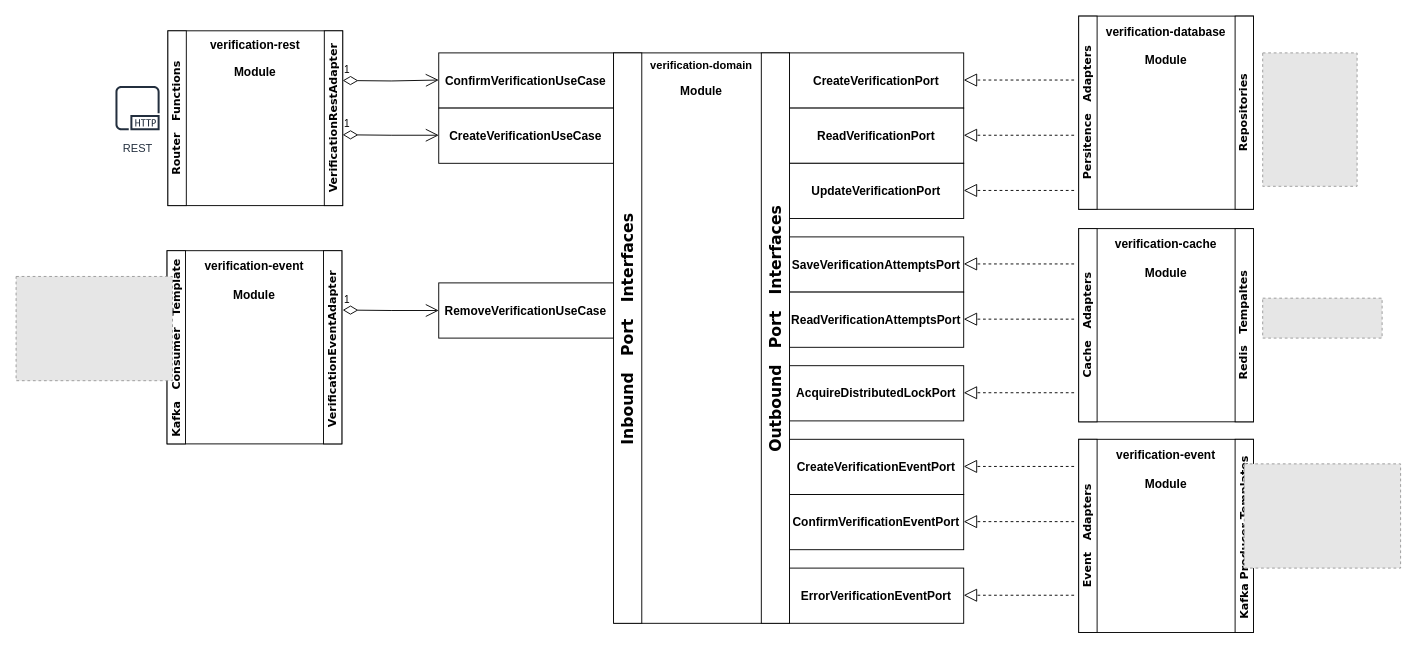
Before: documentation/verification-architecture.drawio in VladlenFilimonov/verification-hexagonal-anemic, a draw.io diagram. Source tidied: cells renumbered, new cells numbered last; positions are measured from the earlier drawing's top-left corner, leaving out a move shared by most shapes. Both pictures are drawn from the tidied source at 92%, with x=0, y=0 at pixel (16, 16). Pictures stored in the file or linked from it are replaced by grey dashed boxes.
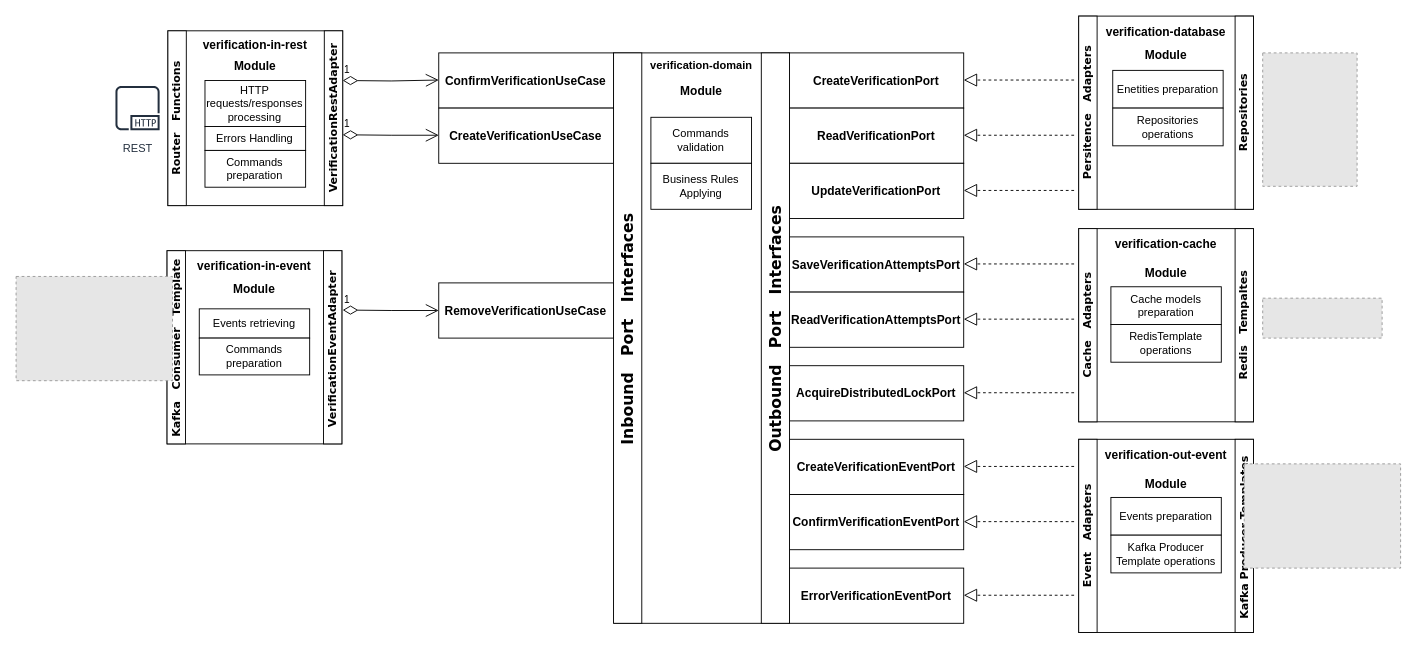
The same diagram, later.

The change refers to these unchanged cells:
```xml
<mxCell id="11" style="group;" parent="1" vertex="1">
  <mxGeometry x="649.4" y="40" width="191.3" height="620" as="geometry" />
</mxCell>
<mxCell id="25" style="group;" parent="1" vertex="1">
  <mxGeometry x="165" y="16" width="190" height="190" as="geometry" />
</mxCell>
<mxCell id="36" style="group;" parent="1" vertex="1">
  <mxGeometry x="1155" width="190" height="210" as="geometry" />
</mxCell>
<mxCell id="49" style="group;" parent="1" vertex="1">
  <mxGeometry x="1155" y="231" width="190" height="210" as="geometry" />
</mxCell>
<mxCell id="67" style="group;" parent="1" vertex="1">
  <mxGeometry x="1151.9" y="455" width="196.2" height="225" as="geometry" />
</mxCell>
<mxCell id="76" style="group;" parent="1" vertex="1">
  <mxGeometry x="161" y="250" width="196.2" height="225" as="geometry" />
</mxCell>
```

The edit, as a diff of the source:
```diff
@@
+    <mxCell id="86" value="Commands validation" style="rounded=0;whiteSpace=wrap;html=1;" parent="11" vertex="1">
+      <mxGeometry x="40.6" y="70" width="109.4" height="50" as="geometry" />
+    </mxCell>
+    <mxCell id="87" value="Business Rules Applying" style="rounded=0;whiteSpace=wrap;html=1;" parent="11" vertex="1">
+      <mxGeometry x="40.6" y="120" width="109.4" height="50" as="geometry" />
+    </mxCell>
@@
-    <mxCell id="27" value="verification-rest" style="text;html=1;strokeColor=none;fillColor=none;align=center;verticalAlign=middle;whiteSpace=wrap;rounded=0;fontSize=13;fontStyle=1;" parent="25" vertex="1">
+    <mxCell id="27" value="verification-in-rest" style="text;html=1;strokeColor=none;fillColor=none;align=center;verticalAlign=middle;whiteSpace=wrap;rounded=0;fontSize=13;fontStyle=1;" parent="25" vertex="1">
       <mxGeometry x="20" width="150" height="30" as="geometry" />
     </mxCell>
@@
-    <mxCell id="34" value="Module" style="text;html=1;strokeColor=none;fillColor=none;align=center;verticalAlign=middle;whiteSpace=wrap;rounded=0;fontSize=13;fontStyle=1;" parent="25" vertex="1">
-      <mxGeometry x="65" y="30" width="60" height="30" as="geometry" />
-    </mxCell>
+    <mxCell id="88" value="HTTP requests/responses processing" style="rounded=0;whiteSpace=wrap;html=1;" parent="25" vertex="1">
+      <mxGeometry x="40.3" y="54" width="109.4" height="50" as="geometry" />
+    </mxCell>
+    <mxCell id="89" value="Errors Handling" style="rounded=0;whiteSpace=wrap;html=1;" parent="25" vertex="1">
+      <mxGeometry x="40.3" y="104" width="109.4" height="26" as="geometry" />
+    </mxCell>
+    <mxCell id="90" value="Commands preparation" style="rounded=0;whiteSpace=wrap;html=1;" parent="25" vertex="1">
+      <mxGeometry x="40.3" y="130" width="109.4" height="40" as="geometry" />
+    </mxCell>
@@
-    <mxCell id="45" value="Module" style="text;html=1;strokeColor=none;fillColor=none;align=center;verticalAlign=middle;whiteSpace=wrap;rounded=0;fontSize=13;fontStyle=1;" parent="36" vertex="1">
-      <mxGeometry x="65" y="33.2" width="60" height="30" as="geometry" />
-    </mxCell>
+    <mxCell id="91" value="Enetities preparation" style="rounded=0;whiteSpace=wrap;html=1;" parent="36" vertex="1">
+      <mxGeometry x="37" y="59" width="120" height="41" as="geometry" />
+    </mxCell>
+    <mxCell id="92" value="Repositories operations" style="rounded=0;whiteSpace=wrap;html=1;" parent="36" vertex="1">
+      <mxGeometry x="37" y="100" width="120" height="41" as="geometry" />
+    </mxCell>
@@
+    <mxCell id="93" value="Cache models preparation" style="rounded=0;whiteSpace=wrap;html=1;" parent="49" vertex="1">
+      <mxGeometry x="35" y="63.2" width="120" height="41" as="geometry" />
+    </mxCell>
+    <mxCell id="94" value="RedisTemplate operations" style="rounded=0;whiteSpace=wrap;html=1;" parent="49" vertex="1">
+      <mxGeometry x="35" y="104.2" width="120" height="41" as="geometry" />
+    </mxCell>
@@
-    <mxCell id="69" value="verification-event" style="text;html=1;strokeColor=none;fillColor=none;align=center;verticalAlign=middle;whiteSpace=wrap;rounded=0;fontSize=13;fontStyle=1;" parent="67" vertex="1">
+    <mxCell id="69" value="verification-out-event" style="text;html=1;strokeColor=none;fillColor=none;align=center;verticalAlign=middle;whiteSpace=wrap;rounded=0;fontSize=13;fontStyle=1;" parent="67" vertex="1">
       <mxGeometry x="23.1" y="5" width="150" height="33.2" as="geometry" />
     </mxCell>
@@
+    <mxCell id="95" value="Events preparation" style="rounded=0;whiteSpace=wrap;html=1;" parent="67" vertex="1">
+      <mxGeometry x="38.1" y="68.2" width="120" height="41" as="geometry" />
+    </mxCell>
+    <mxCell id="96" value="Kafka Producer Template operations" style="rounded=0;whiteSpace=wrap;html=1;" parent="67" vertex="1">
+      <mxGeometry x="38.1" y="109.2" width="120" height="41" as="geometry" />
+    </mxCell>
@@
-    <mxCell id="78" value="verification-event" style="text;html=1;strokeColor=none;fillColor=none;align=center;verticalAlign=middle;whiteSpace=wrap;rounded=0;fontSize=13;fontStyle=1;" parent="76" vertex="1">
+    <mxCell id="78" value="verification-in-event" style="text;html=1;strokeColor=none;fillColor=none;align=center;verticalAlign=middle;whiteSpace=wrap;rounded=0;fontSize=13;fontStyle=1;" parent="76" vertex="1">
       <mxGeometry x="23.1" y="5" width="150" height="33.2" as="geometry" />
     </mxCell>
@@
     <mxCell id="83" value="Module" style="text;html=1;strokeColor=none;fillColor=none;align=center;verticalAlign=middle;whiteSpace=wrap;rounded=0;fontSize=13;fontStyle=1;" parent="76" vertex="1">
-      <mxGeometry x="68.1" y="38.2" width="60" height="30" as="geometry" />
+      <mxGeometry x="68.1" y="32.2" width="60" height="30" as="geometry" />
     </mxCell>
+    <mxCell id="97" value="Events retrieving" style="rounded=0;whiteSpace=wrap;html=1;" parent="76" vertex="1">
+      <mxGeometry x="38.1" y="68.2" width="120" height="31.8" as="geometry" />
+    </mxCell>
+    <mxCell id="98" value="Commands preparation" style="rounded=0;whiteSpace=wrap;html=1;" parent="76" vertex="1">
+      <mxGeometry x="38.1" y="100" width="120" height="40" as="geometry" />
+    </mxCell>
@@
+    <mxCell id="34" value="Module" style="text;html=1;strokeColor=none;fillColor=none;align=center;verticalAlign=middle;whiteSpace=wrap;rounded=0;fontSize=13;fontStyle=1;" parent="1" vertex="1">
+      <mxGeometry x="230" y="39" width="60" height="30" as="geometry" />
+    </mxCell>
+    <mxCell id="45" value="Module" style="text;html=1;strokeColor=none;fillColor=none;align=center;verticalAlign=middle;whiteSpace=wrap;rounded=0;fontSize=13;fontStyle=1;" parent="1" vertex="1">
+      <mxGeometry x="1220" y="27.2" width="60" height="30" as="geometry" />
+    </mxCell>
```
